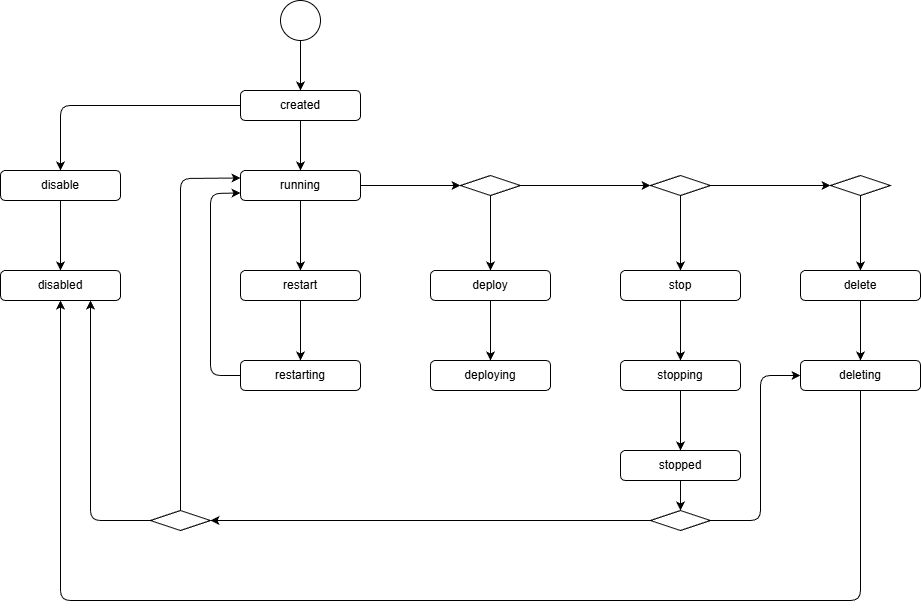
Before: docs/state.png, a diagram exported from draw.io (Thejudgeofprogrammers/kubernetes_platform_control_plane). Source tidied: cells renumbered, new cells last; positions are measured from the earlier drawing's top-left corner, leaving out a move shared by most shapes. The source it was exported from:
```xml
<mxGraphModel background="#ffffff">
  <root>
    <mxCell id="0" />
    <mxCell id="1" parent="0" />
    <mxCell id="2" style="edgeStyle=none;html=1;" parent="1" edge="1" source="3" target="6">
      <mxGeometry relative="1" as="geometry" />
    </mxCell>
    <mxCell id="3" style="ellipse;html=1;" parent="1" vertex="1">
      <mxGeometry x="280" width="40" height="40" as="geometry" />
    </mxCell>
    <mxCell id="4" style="edgeStyle=none;html=1;" parent="1" edge="1" source="6" target="19">
      <mxGeometry relative="1" as="geometry">
        <Array as="points">
          <mxPoint x="60" y="105" />
        </Array>
      </mxGeometry>
    </mxCell>
    <mxCell id="5" style="edgeStyle=none;html=1;" parent="1" edge="1" source="6" target="9">
      <mxGeometry relative="1" as="geometry" />
    </mxCell>
    <mxCell id="6" value="created" style="rounded=1;whiteSpace=wrap;html=1;" parent="1" vertex="1">
      <mxGeometry x="240" y="90" width="120" height="30" as="geometry" />
    </mxCell>
    <mxCell id="7" style="edgeStyle=none;html=1;" parent="1" edge="1" source="9" target="11">
      <mxGeometry relative="1" as="geometry" />
    </mxCell>
    <mxCell id="8" style="edgeStyle=none;html=1;" parent="1" edge="1" source="9" target="37">
      <mxGeometry relative="1" as="geometry" />
    </mxCell>
    <mxCell id="9" value="running" style="rounded=1;whiteSpace=wrap;html=1;" parent="1" vertex="1">
      <mxGeometry x="240" y="170" width="120" height="30" as="geometry" />
    </mxCell>
    <mxCell id="10" style="edgeStyle=none;html=1;" parent="1" edge="1" source="11" target="13">
      <mxGeometry relative="1" as="geometry" />
    </mxCell>
    <mxCell id="11" value="restart" style="rounded=1;whiteSpace=wrap;html=1;" parent="1" vertex="1">
      <mxGeometry x="240" y="270" width="120" height="30" as="geometry" />
    </mxCell>
    <mxCell id="12" style="edgeStyle=none;html=1;entryX=0;entryY=0.75;entryDx=0;entryDy=0;" parent="1" edge="1" source="13" target="9">
      <mxGeometry relative="1" as="geometry">
        <Array as="points">
          <mxPoint x="210" y="375" />
          <mxPoint x="210" y="193" />
        </Array>
      </mxGeometry>
    </mxCell>
    <mxCell id="13" value="restarting" style="rounded=1;whiteSpace=wrap;html=1;" parent="1" vertex="1">
      <mxGeometry x="240" y="360" width="120" height="30" as="geometry" />
    </mxCell>
    <mxCell id="14" style="edgeStyle=none;html=1;" parent="1" edge="1" source="15" target="17">
      <mxGeometry relative="1" as="geometry" />
    </mxCell>
    <mxCell id="15" value="stop" style="rounded=1;whiteSpace=wrap;html=1;" parent="1" vertex="1">
      <mxGeometry x="620" y="270" width="120" height="30" as="geometry" />
    </mxCell>
    <mxCell id="16" style="edgeStyle=none;html=1;" parent="1" edge="1" source="17" target="29">
      <mxGeometry relative="1" as="geometry" />
    </mxCell>
    <mxCell id="17" value="stopping" style="rounded=1;whiteSpace=wrap;html=1;" parent="1" vertex="1">
      <mxGeometry x="620" y="360" width="120" height="30" as="geometry" />
    </mxCell>
    <mxCell id="18" style="edgeStyle=none;html=1;" parent="1" edge="1" source="19" target="20">
      <mxGeometry relative="1" as="geometry" />
    </mxCell>
    <mxCell id="19" value="disable" style="rounded=1;whiteSpace=wrap;html=1;" parent="1" vertex="1">
      <mxGeometry y="170" width="120" height="30" as="geometry" />
    </mxCell>
    <mxCell id="20" value="disabled" style="rounded=1;whiteSpace=wrap;html=1;" parent="1" vertex="1">
      <mxGeometry y="270" width="120" height="30" as="geometry" />
    </mxCell>
    <mxCell id="21" style="edgeStyle=none;html=1;" parent="1" edge="1" source="22" target="24">
      <mxGeometry relative="1" as="geometry" />
    </mxCell>
    <mxCell id="22" value="delete" style="rounded=1;whiteSpace=wrap;html=1;" parent="1" vertex="1">
      <mxGeometry x="800" y="270" width="120" height="30" as="geometry" />
    </mxCell>
    <mxCell id="23" style="edgeStyle=none;html=1;" parent="1" edge="1" source="24" target="20">
      <mxGeometry relative="1" as="geometry">
        <Array as="points">
          <mxPoint x="860" y="600" />
          <mxPoint x="60" y="600" />
        </Array>
      </mxGeometry>
    </mxCell>
    <mxCell id="24" value="deleting" style="rounded=1;whiteSpace=wrap;html=1;" parent="1" vertex="1">
      <mxGeometry x="800" y="360" width="120" height="30" as="geometry" />
    </mxCell>
    <mxCell id="25" style="edgeStyle=none;html=1;" parent="1" edge="1" source="26" target="27">
      <mxGeometry relative="1" as="geometry" />
    </mxCell>
    <mxCell id="26" value="deploy" style="rounded=1;whiteSpace=wrap;html=1;" parent="1" vertex="1">
      <mxGeometry x="430" y="270" width="120" height="30" as="geometry" />
    </mxCell>
    <mxCell id="27" value="deploying" style="rounded=1;whiteSpace=wrap;html=1;" parent="1" vertex="1">
      <mxGeometry x="430" y="360" width="120" height="30" as="geometry" />
    </mxCell>
    <mxCell id="28" style="edgeStyle=none;html=1;" parent="1" edge="1" source="29" target="43">
      <mxGeometry relative="1" as="geometry" />
    </mxCell>
    <mxCell id="29" value="stopped" style="rounded=1;whiteSpace=wrap;html=1;" parent="1" vertex="1">
      <mxGeometry x="620" y="450" width="120" height="30" as="geometry" />
    </mxCell>
    <mxCell id="30" style="edgeStyle=none;html=1;entryX=0;entryY=0.25;entryDx=0;entryDy=0;" parent="1" edge="1" source="32" target="9">
      <mxGeometry relative="1" as="geometry">
        <Array as="points">
          <mxPoint x="180" y="178" />
        </Array>
      </mxGeometry>
    </mxCell>
    <mxCell id="31" style="edgeStyle=none;html=1;entryX=0.75;entryY=1;entryDx=0;entryDy=0;" parent="1" edge="1" source="32" target="20">
      <mxGeometry relative="1" as="geometry">
        <Array as="points">
          <mxPoint x="90" y="520" />
        </Array>
      </mxGeometry>
    </mxCell>
    <mxCell id="32" style="rhombus;whiteSpace=wrap;html=1;" parent="1" vertex="1">
      <mxGeometry x="150" y="510" width="60" height="20" as="geometry" />
    </mxCell>
    <mxCell id="33" style="edgeStyle=none;html=1;" parent="1" edge="1" source="34" target="22">
      <mxGeometry relative="1" as="geometry" />
    </mxCell>
    <mxCell id="34" style="rhombus;whiteSpace=wrap;html=1;" parent="1" vertex="1">
      <mxGeometry x="830" y="175" width="60" height="20" as="geometry" />
    </mxCell>
    <mxCell id="35" style="edgeStyle=none;html=1;" parent="1" edge="1" source="37" target="26">
      <mxGeometry relative="1" as="geometry" />
    </mxCell>
    <mxCell id="36" style="edgeStyle=none;html=1;" parent="1" edge="1" source="37" target="40">
      <mxGeometry relative="1" as="geometry" />
    </mxCell>
    <mxCell id="37" style="rhombus;whiteSpace=wrap;html=1;" parent="1" vertex="1">
      <mxGeometry x="460" y="175" width="60" height="20" as="geometry" />
    </mxCell>
    <mxCell id="38" style="edgeStyle=none;html=1;" parent="1" edge="1" source="40" target="15">
      <mxGeometry relative="1" as="geometry" />
    </mxCell>
    <mxCell id="39" style="edgeStyle=none;html=1;" parent="1" edge="1" source="40" target="34">
      <mxGeometry relative="1" as="geometry" />
    </mxCell>
    <mxCell id="40" style="rhombus;whiteSpace=wrap;html=1;" parent="1" vertex="1">
      <mxGeometry x="650" y="175" width="60" height="20" as="geometry" />
    </mxCell>
    <mxCell id="41" style="edgeStyle=none;html=1;entryX=1;entryY=0.5;entryDx=0;entryDy=0;" parent="1" edge="1" source="43" target="32">
      <mxGeometry relative="1" as="geometry" />
    </mxCell>
    <mxCell id="42" style="edgeStyle=none;html=1;entryX=0;entryY=0.5;entryDx=0;entryDy=0;" parent="1" edge="1" source="43" target="24">
      <mxGeometry relative="1" as="geometry">
        <Array as="points">
          <mxPoint x="760" y="520" />
          <mxPoint x="760" y="375" />
        </Array>
      </mxGeometry>
    </mxCell>
    <mxCell id="43" style="rhombus;whiteSpace=wrap;html=1;" parent="1" vertex="1">
      <mxGeometry x="650" y="510" width="60" height="20" as="geometry" />
    </mxCell>
  </root>
</mxGraphModel>
```
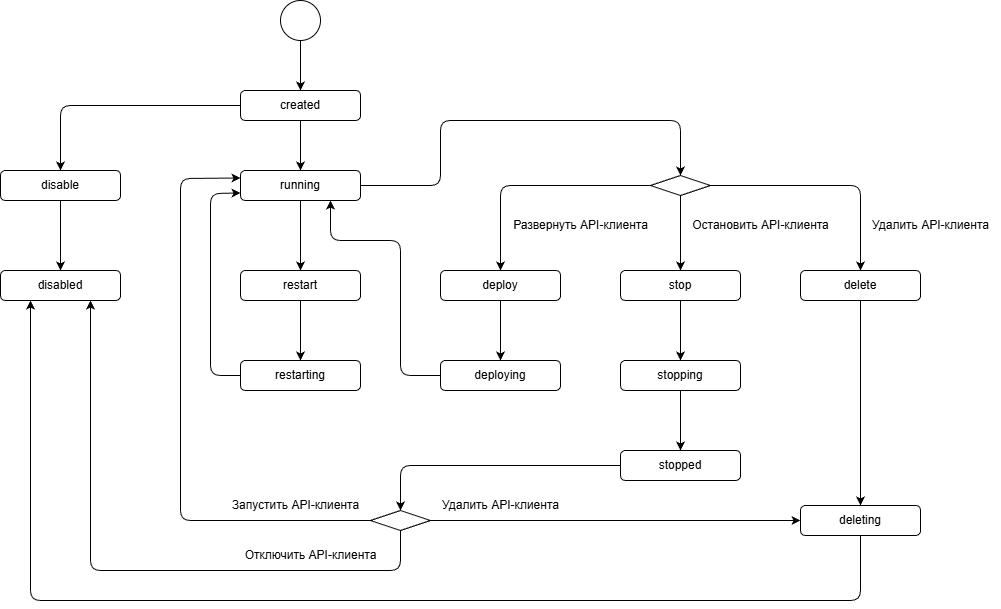
The same diagram one commit later.

Diff of the diagram source:
```diff
@@ -24,8 +24,14 @@
     <mxCell id="7" style="edgeStyle=none;html=1;" parent="1" edge="1" source="9" target="11">
       <mxGeometry relative="1" as="geometry" />
     </mxCell>
-    <mxCell id="8" style="edgeStyle=none;html=1;" parent="1" edge="1" source="9" target="37">
-      <mxGeometry relative="1" as="geometry" />
+    <mxCell id="8" style="edgeStyle=none;html=1;entryX=0.5;entryY=0;entryDx=0;entryDy=0;" parent="1" edge="1" source="9" target="40">
+      <mxGeometry relative="1" as="geometry">
+        <Array as="points">
+          <mxPoint x="440" y="185" />
+          <mxPoint x="440" y="120" />
+          <mxPoint x="680" y="120" />
+        </Array>
+      </mxGeometry>
     </mxCell>
     <mxCell id="9" value="running" style="rounded=1;whiteSpace=wrap;html=1;" parent="1" vertex="1">
       <mxGeometry x="240" y="170" width="120" height="30" as="geometry" />
@@ -74,86 +80,108 @@
     <mxCell id="22" value="delete" style="rounded=1;whiteSpace=wrap;html=1;" parent="1" vertex="1">
       <mxGeometry x="800" y="270" width="120" height="30" as="geometry" />
     </mxCell>
-    <mxCell id="23" style="edgeStyle=none;html=1;" parent="1" edge="1" source="24" target="20">
+    <mxCell id="23" style="edgeStyle=none;html=1;entryX=0.25;entryY=1;entryDx=0;entryDy=0;" parent="1" edge="1" source="24" target="20">
       <mxGeometry relative="1" as="geometry">
         <Array as="points">
           <mxPoint x="860" y="600" />
-          <mxPoint x="60" y="600" />
+          <mxPoint x="30" y="600" />
         </Array>
       </mxGeometry>
     </mxCell>
     <mxCell id="24" value="deleting" style="rounded=1;whiteSpace=wrap;html=1;" parent="1" vertex="1">
-      <mxGeometry x="800" y="360" width="120" height="30" as="geometry" />
+      <mxGeometry x="800" y="505" width="120" height="30" as="geometry" />
     </mxCell>
     <mxCell id="25" style="edgeStyle=none;html=1;" parent="1" edge="1" source="26" target="27">
       <mxGeometry relative="1" as="geometry" />
     </mxCell>
     <mxCell id="26" value="deploy" style="rounded=1;whiteSpace=wrap;html=1;" parent="1" vertex="1">
-      <mxGeometry x="430" y="270" width="120" height="30" as="geometry" />
+      <mxGeometry x="440" y="270" width="120" height="30" as="geometry" />
     </mxCell>
+    <mxCell id="44" style="edgeStyle=none;html=1;entryX=0.75;entryY=1;entryDx=0;entryDy=0;" parent="1" edge="1" source="27" target="9">
+      <mxGeometry relative="1" as="geometry">
+        <Array as="points">
+          <mxPoint x="400" y="375" />
+          <mxPoint x="400" y="240" />
+          <mxPoint x="330" y="240" />
+        </Array>
+      </mxGeometry>
+    </mxCell>
     <mxCell id="27" value="deploying" style="rounded=1;whiteSpace=wrap;html=1;" parent="1" vertex="1">
-      <mxGeometry x="430" y="360" width="120" height="30" as="geometry" />
+      <mxGeometry x="440" y="360" width="120" height="30" as="geometry" />
     </mxCell>
     <mxCell id="28" style="edgeStyle=none;html=1;" parent="1" edge="1" source="29" target="43">
-      <mxGeometry relative="1" as="geometry" />
+      <mxGeometry relative="1" as="geometry">
+        <Array as="points">
+          <mxPoint x="400" y="465" />
+        </Array>
+      </mxGeometry>
     </mxCell>
     <mxCell id="29" value="stopped" style="rounded=1;whiteSpace=wrap;html=1;" parent="1" vertex="1">
       <mxGeometry x="620" y="450" width="120" height="30" as="geometry" />
     </mxCell>
-    <mxCell id="30" style="edgeStyle=none;html=1;entryX=0;entryY=0.25;entryDx=0;entryDy=0;" parent="1" edge="1" source="32" target="9">
+    <mxCell id="30" style="edgeStyle=none;html=1;entryX=0;entryY=0.25;entryDx=0;entryDy=0;exitX=0;exitY=0.5;exitDx=0;exitDy=0;" parent="1" edge="1" source="43" target="9">
       <mxGeometry relative="1" as="geometry">
         <Array as="points">
+          <mxPoint x="180" y="520" />
           <mxPoint x="180" y="178" />
         </Array>
       </mxGeometry>
     </mxCell>
-    <mxCell id="31" style="edgeStyle=none;html=1;entryX=0.75;entryY=1;entryDx=0;entryDy=0;" parent="1" edge="1" source="32" target="20">
+    <mxCell id="31" style="edgeStyle=none;html=1;entryX=0.75;entryY=1;entryDx=0;entryDy=0;exitX=0.5;exitY=1;exitDx=0;exitDy=0;" parent="1" edge="1" source="43" target="20">
       <mxGeometry relative="1" as="geometry">
         <Array as="points">
-          <mxPoint x="90" y="520" />
+          <mxPoint x="400" y="570" />
+          <mxPoint x="90" y="570" />
         </Array>
       </mxGeometry>
     </mxCell>
-    <mxCell id="32" style="rhombus;whiteSpace=wrap;html=1;" parent="1" vertex="1">
-      <mxGeometry x="150" y="510" width="60" height="20" as="geometry" />
-    </mxCell>
-    <mxCell id="33" style="edgeStyle=none;html=1;" parent="1" edge="1" source="34" target="22">
-      <mxGeometry relative="1" as="geometry" />
-    </mxCell>
-    <mxCell id="34" style="rhombus;whiteSpace=wrap;html=1;" parent="1" vertex="1">
-      <mxGeometry x="830" y="175" width="60" height="20" as="geometry" />
-    </mxCell>
-    <mxCell id="35" style="edgeStyle=none;html=1;" parent="1" edge="1" source="37" target="26">
-      <mxGeometry relative="1" as="geometry" />
+    <mxCell id="35" style="edgeStyle=none;html=1;exitX=0;exitY=0.5;exitDx=0;exitDy=0;" parent="1" edge="1" source="40" target="26">
+      <mxGeometry relative="1" as="geometry">
+        <Array as="points">
+          <mxPoint x="500" y="185" />
+        </Array>
+      </mxGeometry>
     </mxCell>
-    <mxCell id="36" style="edgeStyle=none;html=1;" parent="1" edge="1" source="37" target="40">
-      <mxGeometry relative="1" as="geometry" />
-    </mxCell>
-    <mxCell id="37" style="rhombus;whiteSpace=wrap;html=1;" parent="1" vertex="1">
-      <mxGeometry x="460" y="175" width="60" height="20" as="geometry" />
-    </mxCell>
     <mxCell id="38" style="edgeStyle=none;html=1;" parent="1" edge="1" source="40" target="15">
       <mxGeometry relative="1" as="geometry" />
     </mxCell>
-    <mxCell id="39" style="edgeStyle=none;html=1;" parent="1" edge="1" source="40" target="34">
-      <mxGeometry relative="1" as="geometry" />
+    <mxCell id="39" style="edgeStyle=none;html=1;entryX=0.5;entryY=0;entryDx=0;entryDy=0;" parent="1" edge="1" source="40" target="22">
+      <mxGeometry relative="1" as="geometry">
+        <Array as="points">
+          <mxPoint x="860" y="185" />
+        </Array>
+      </mxGeometry>
     </mxCell>
     <mxCell id="40" style="rhombus;whiteSpace=wrap;html=1;" parent="1" vertex="1">
       <mxGeometry x="650" y="175" width="60" height="20" as="geometry" />
     </mxCell>
-    <mxCell id="41" style="edgeStyle=none;html=1;entryX=1;entryY=0.5;entryDx=0;entryDy=0;" parent="1" edge="1" source="43" target="32">
-      <mxGeometry relative="1" as="geometry" />
-    </mxCell>
     <mxCell id="42" style="edgeStyle=none;html=1;entryX=0;entryY=0.5;entryDx=0;entryDy=0;" parent="1" edge="1" source="43" target="24">
       <mxGeometry relative="1" as="geometry">
         <Array as="points">
           <mxPoint x="760" y="520" />
-          <mxPoint x="760" y="375" />
         </Array>
       </mxGeometry>
     </mxCell>
     <mxCell id="43" style="rhombus;whiteSpace=wrap;html=1;" parent="1" vertex="1">
-      <mxGeometry x="650" y="510" width="60" height="20" as="geometry" />
+      <mxGeometry x="370" y="510" width="60" height="20" as="geometry" />
     </mxCell>
+    <mxCell id="45" value="Развернуть API-клиента" style="text;html=1;align=center;verticalAlign=middle;strokeColor=none;fillColor=none;" parent="1" vertex="1">
+      <mxGeometry x="500" y="210" width="160" height="30" as="geometry" />
+    </mxCell>
+    <mxCell id="46" value="Остановить API-клиента" style="text;html=1;align=center;verticalAlign=middle;strokeColor=none;fillColor=none;" parent="1" vertex="1">
+      <mxGeometry x="680" y="210" width="160" height="30" as="geometry" />
+    </mxCell>
+    <mxCell id="47" value="Удалить API-клиента" style="text;html=1;align=center;verticalAlign=middle;strokeColor=none;fillColor=none;" parent="1" vertex="1">
+      <mxGeometry x="860" y="210" width="140" height="30" as="geometry" />
+    </mxCell>
+    <mxCell id="48" value="Запустить API-клиента" style="text;html=1;align=center;verticalAlign=middle;strokeColor=none;fillColor=none;" parent="1" vertex="1">
+      <mxGeometry x="220" y="490" width="150" height="30" as="geometry" />
+    </mxCell>
+    <mxCell id="49" value="Отключить API-клиента" style="text;html=1;align=center;verticalAlign=middle;strokeColor=none;fillColor=none;" parent="1" vertex="1">
+      <mxGeometry x="230" y="540" width="160" height="30" as="geometry" />
+    </mxCell>
+    <mxCell id="50" value="Удалить API-клиента" style="text;html=1;align=center;verticalAlign=middle;strokeColor=none;fillColor=none;" parent="1" vertex="1">
+      <mxGeometry x="430" y="490" width="140" height="30" as="geometry" />
+    </mxCell>
   </root>
 </mxGraphModel>
```
